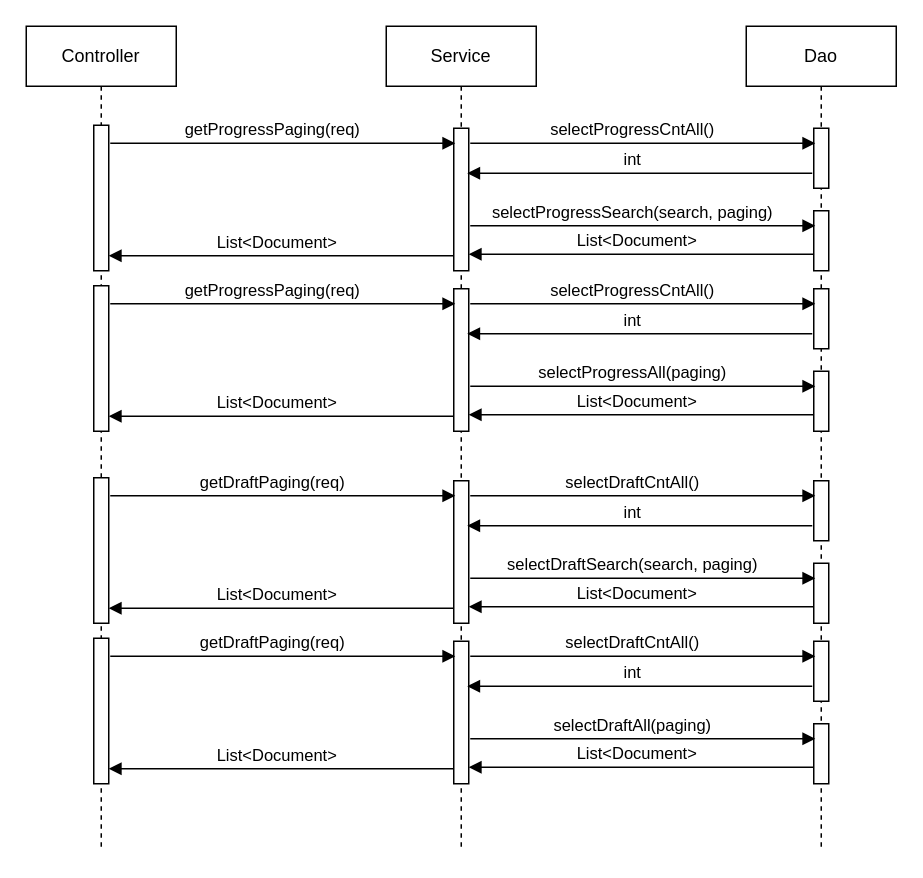
Earlier version of the draw.io diagram document/Document_04.drawio (iamheonil/KHSemiProject). Source tidied: cells renumbered, new cells numbered last; positions are measured from the earlier drawing's top-left corner, leaving out a move shared by most shapes. Both pictures are drawn from the tidied source at 150%, with x=0, y=0 at pixel (26, 26).
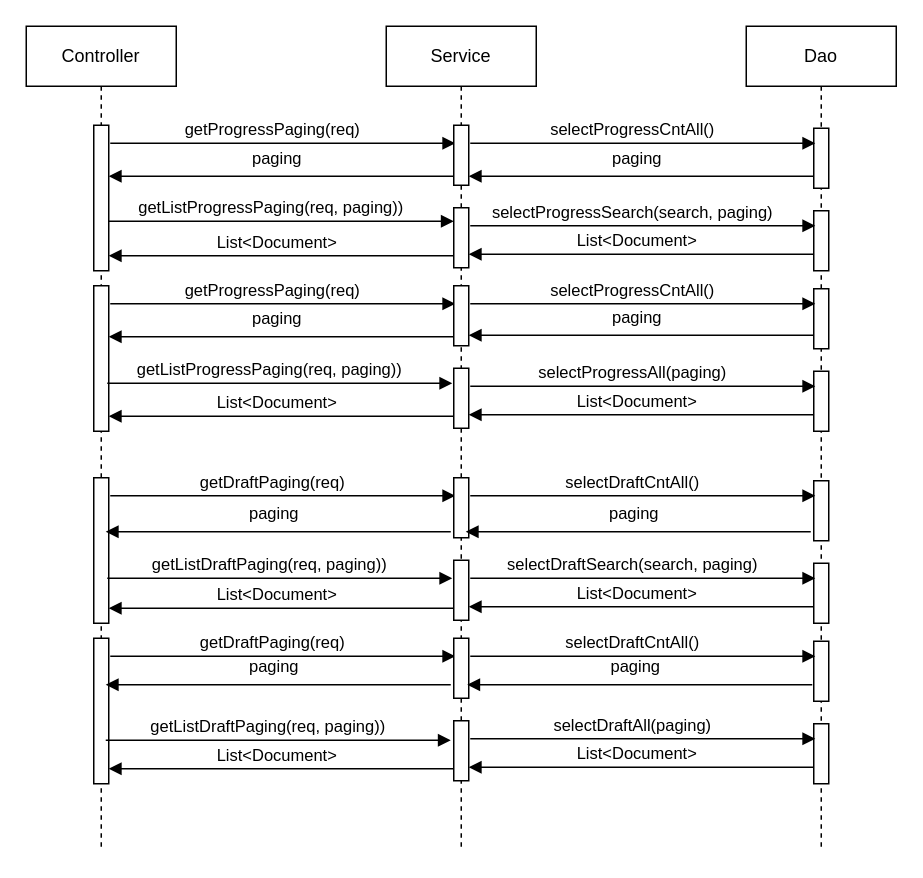
The same page after the edit.

The change refers to these unchanged cells:
```xml
<mxCell id="4" value="Dao" style="shape=umlLifeline;perimeter=lifelinePerimeter;whiteSpace=wrap;html=1;" parent="1" vertex="1">
  <mxGeometry x="480" width="100" height="550" as="geometry" />
</mxCell>
```

Diff of the diagram source:
```diff
@@
-    <mxCell id="6" style="html=1;perimeter=orthogonalPerimeter;" parent="4" vertex="1">
-      <mxGeometry x="-195" y="68" width="10" height="95" as="geometry" />
-    </mxCell>
@@
-    <mxCell id="10" value="int" style="html=1;verticalAlign=bottom;endArrow=block;" parent="4" edge="1">
-      <mxGeometry x="0.04" relative="1" as="geometry">
-        <mxPoint x="44" y="98" as="sourcePoint" />
-        <mxPoint x="-186" y="98" as="targetPoint" />
-      </mxGeometry>
-    </mxCell>
@@
-    <mxCell id="16" style="html=1;perimeter=orthogonalPerimeter;" parent="4" vertex="1">
-      <mxGeometry x="-195" y="175" width="10" height="95" as="geometry" />
-    </mxCell>
@@
-    <mxCell id="20" value="int" style="html=1;verticalAlign=bottom;endArrow=block;" parent="4" edge="1">
-      <mxGeometry x="0.04" relative="1" as="geometry">
-        <mxPoint x="44" y="205" as="sourcePoint" />
-        <mxPoint x="-186" y="205" as="targetPoint" />
-      </mxGeometry>
-    </mxCell>
@@
-    <mxCell id="26" style="html=1;perimeter=orthogonalPerimeter;" parent="1" vertex="1">
-      <mxGeometry x="285" y="303" width="10" height="95" as="geometry" />
-    </mxCell>
@@
-    <mxCell id="30" value="int" style="html=1;verticalAlign=bottom;endArrow=block;" parent="1" edge="1">
-      <mxGeometry x="0.04" relative="1" as="geometry">
-        <mxPoint x="524" y="333" as="sourcePoint" />
-        <mxPoint x="294" y="333" as="targetPoint" />
-      </mxGeometry>
-    </mxCell>
@@
-    <mxCell id="36" style="html=1;perimeter=orthogonalPerimeter;" parent="1" vertex="1">
-      <mxGeometry x="285" y="410" width="10" height="95" as="geometry" />
-    </mxCell>
@@
-    <mxCell id="40" value="int" style="html=1;verticalAlign=bottom;endArrow=block;" parent="1" edge="1">
-      <mxGeometry x="0.04" relative="1" as="geometry">
-        <mxPoint x="524" y="440" as="sourcePoint" />
-        <mxPoint x="294" y="440" as="targetPoint" />
-      </mxGeometry>
-    </mxCell>
@@
+    <mxCell id="45" value="getListProgressPaging(req, paging))" style="html=1;verticalAlign=bottom;endArrow=block;" parent="1" edge="1">
+      <mxGeometry x="-0.06" relative="1" as="geometry">
+        <mxPoint x="55" y="130" as="sourcePoint" />
+        <mxPoint x="285" y="130" as="targetPoint" />
+      </mxGeometry>
+    </mxCell>
+    <mxCell id="46" value="getListProgressPaging(req, paging))" style="html=1;verticalAlign=bottom;endArrow=block;" parent="1" edge="1">
+      <mxGeometry x="-0.06" relative="1" as="geometry">
+        <mxPoint x="54" y="238" as="sourcePoint" />
+        <mxPoint x="284" y="238" as="targetPoint" />
+      </mxGeometry>
+    </mxCell>
+    <mxCell id="47" value="getListDraftPaging(req, paging))" style="html=1;verticalAlign=bottom;endArrow=block;" parent="1" edge="1">
+      <mxGeometry x="-0.06" relative="1" as="geometry">
+        <mxPoint x="54" y="368" as="sourcePoint" />
+        <mxPoint x="284" y="368" as="targetPoint" />
+      </mxGeometry>
+    </mxCell>
+    <mxCell id="48" value="getListDraftPaging(req, paging))" style="html=1;verticalAlign=bottom;endArrow=block;" parent="1" edge="1">
+      <mxGeometry x="-0.06" relative="1" as="geometry">
+        <mxPoint x="53" y="476" as="sourcePoint" />
+        <mxPoint x="283" y="476" as="targetPoint" />
+      </mxGeometry>
+    </mxCell>
+    <mxCell id="49" style="html=1;perimeter=orthogonalPerimeter;" parent="1" vertex="1">
+      <mxGeometry x="285" y="66" width="10" height="40" as="geometry" />
+    </mxCell>
+    <mxCell id="50" style="html=1;perimeter=orthogonalPerimeter;" parent="1" vertex="1">
+      <mxGeometry x="285" y="121" width="10" height="40" as="geometry" />
+    </mxCell>
+    <mxCell id="51" style="html=1;perimeter=orthogonalPerimeter;" parent="1" vertex="1">
+      <mxGeometry x="285" y="173" width="10" height="40" as="geometry" />
+    </mxCell>
+    <mxCell id="52" style="html=1;perimeter=orthogonalPerimeter;" parent="1" vertex="1">
+      <mxGeometry x="285" y="228" width="10" height="40" as="geometry" />
+    </mxCell>
+    <mxCell id="53" style="html=1;perimeter=orthogonalPerimeter;" parent="1" vertex="1">
+      <mxGeometry x="285" y="301" width="10" height="40" as="geometry" />
+    </mxCell>
+    <mxCell id="54" style="html=1;perimeter=orthogonalPerimeter;" parent="1" vertex="1">
+      <mxGeometry x="285" y="356" width="10" height="40" as="geometry" />
+    </mxCell>
+    <mxCell id="55" style="html=1;perimeter=orthogonalPerimeter;" parent="1" vertex="1">
+      <mxGeometry x="285" y="408" width="10" height="40" as="geometry" />
+    </mxCell>
+    <mxCell id="56" style="html=1;perimeter=orthogonalPerimeter;" parent="1" vertex="1">
+      <mxGeometry x="285" y="463" width="10" height="40" as="geometry" />
+    </mxCell>
+    <mxCell id="57" value="paging" style="html=1;verticalAlign=bottom;endArrow=block;" parent="1" edge="1">
+      <mxGeometry x="0.03" y="-3" relative="1" as="geometry">
+        <mxPoint x="525" y="100" as="sourcePoint" />
+        <mxPoint x="295" y="100" as="targetPoint" />
+      </mxGeometry>
+    </mxCell>
+    <mxCell id="58" value="paging" style="html=1;verticalAlign=bottom;endArrow=block;" parent="1" edge="1">
+      <mxGeometry x="0.03" y="-3" relative="1" as="geometry">
+        <mxPoint x="285" y="100" as="sourcePoint" />
+        <mxPoint x="55" y="100" as="targetPoint" />
+      </mxGeometry>
+    </mxCell>
+    <mxCell id="59" value="paging" style="html=1;verticalAlign=bottom;endArrow=block;" parent="1" edge="1">
+      <mxGeometry x="0.03" y="-3" relative="1" as="geometry">
+        <mxPoint x="525" y="206" as="sourcePoint" />
+        <mxPoint x="295" y="206" as="targetPoint" />
+      </mxGeometry>
+    </mxCell>
+    <mxCell id="60" value="paging" style="html=1;verticalAlign=bottom;endArrow=block;" parent="1" edge="1">
+      <mxGeometry x="0.03" y="-3" relative="1" as="geometry">
+        <mxPoint x="285" y="207" as="sourcePoint" />
+        <mxPoint x="55" y="207" as="targetPoint" />
+      </mxGeometry>
+    </mxCell>
+    <mxCell id="61" value="paging" style="html=1;verticalAlign=bottom;endArrow=block;" parent="1" edge="1">
+      <mxGeometry x="0.03" y="-3" relative="1" as="geometry">
+        <mxPoint x="523" y="337" as="sourcePoint" />
+        <mxPoint x="293" y="337" as="targetPoint" />
+      </mxGeometry>
+    </mxCell>
+    <mxCell id="62" value="paging" style="html=1;verticalAlign=bottom;endArrow=block;" parent="1" edge="1">
+      <mxGeometry x="0.03" y="-3" relative="1" as="geometry">
+        <mxPoint x="283" y="337" as="sourcePoint" />
+        <mxPoint x="53" y="337" as="targetPoint" />
+      </mxGeometry>
+    </mxCell>
+    <mxCell id="63" value="paging" style="html=1;verticalAlign=bottom;endArrow=block;" parent="1" edge="1">
+      <mxGeometry x="0.03" y="-3" relative="1" as="geometry">
+        <mxPoint x="524" y="439" as="sourcePoint" />
+        <mxPoint x="294" y="439" as="targetPoint" />
+      </mxGeometry>
+    </mxCell>
+    <mxCell id="64" value="paging" style="html=1;verticalAlign=bottom;endArrow=block;" parent="1" edge="1">
+      <mxGeometry x="0.03" y="-3" relative="1" as="geometry">
+        <mxPoint x="283" y="439" as="sourcePoint" />
+        <mxPoint x="53" y="439" as="targetPoint" />
+      </mxGeometry>
+    </mxCell>
```
